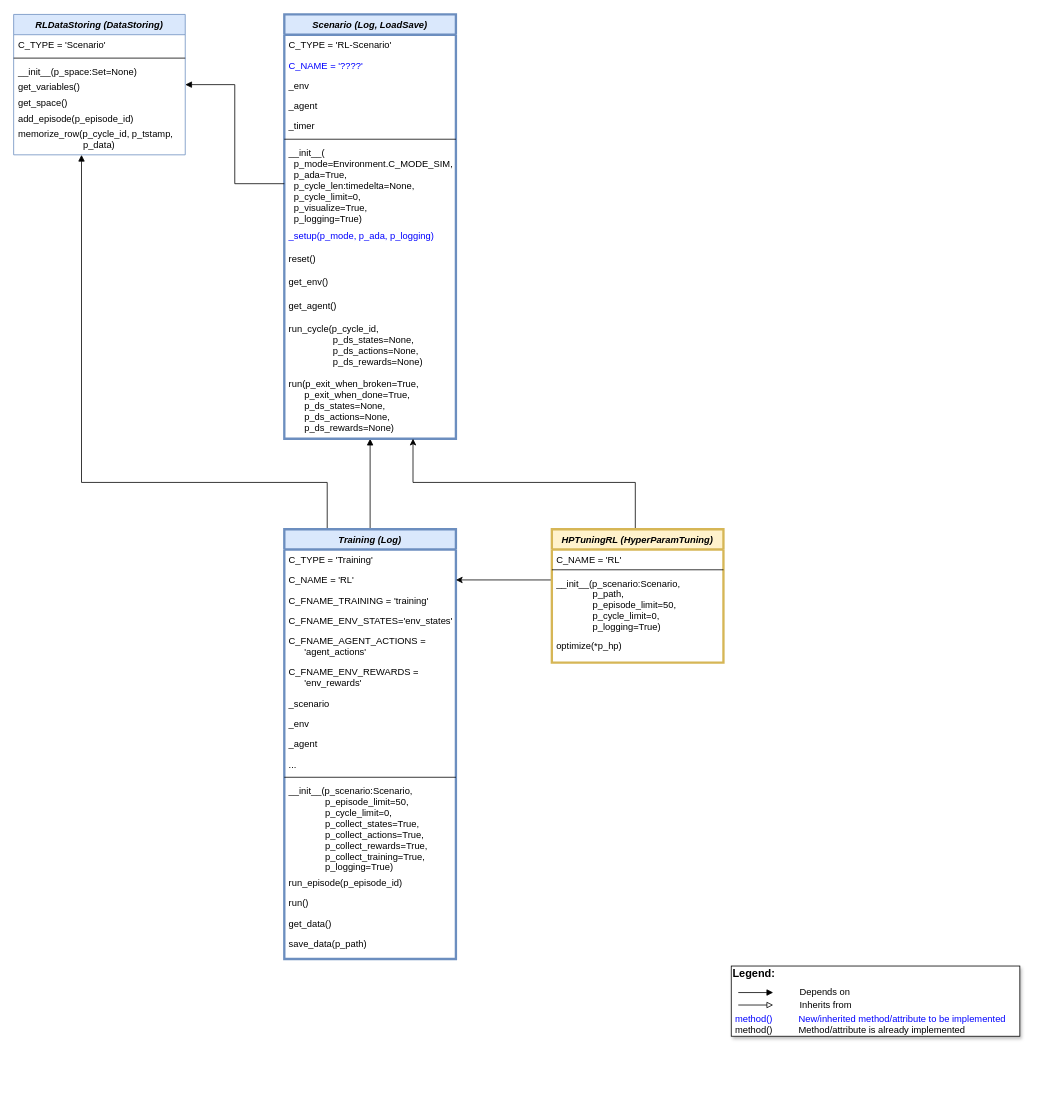
Above: doc/rl/04 run and train/MLPro-RL-Train class diagram.drawio in fhswf/MLPro (draw.io), before the change. Source tidied: cells renumbered, new cells numbered last; positions are measured from the earlier drawing's top-left corner, leaving out a move shared by most shapes. Both pictures are drawn from the tidied source at 78%, with x=0, y=0 at pixel (13, 14).
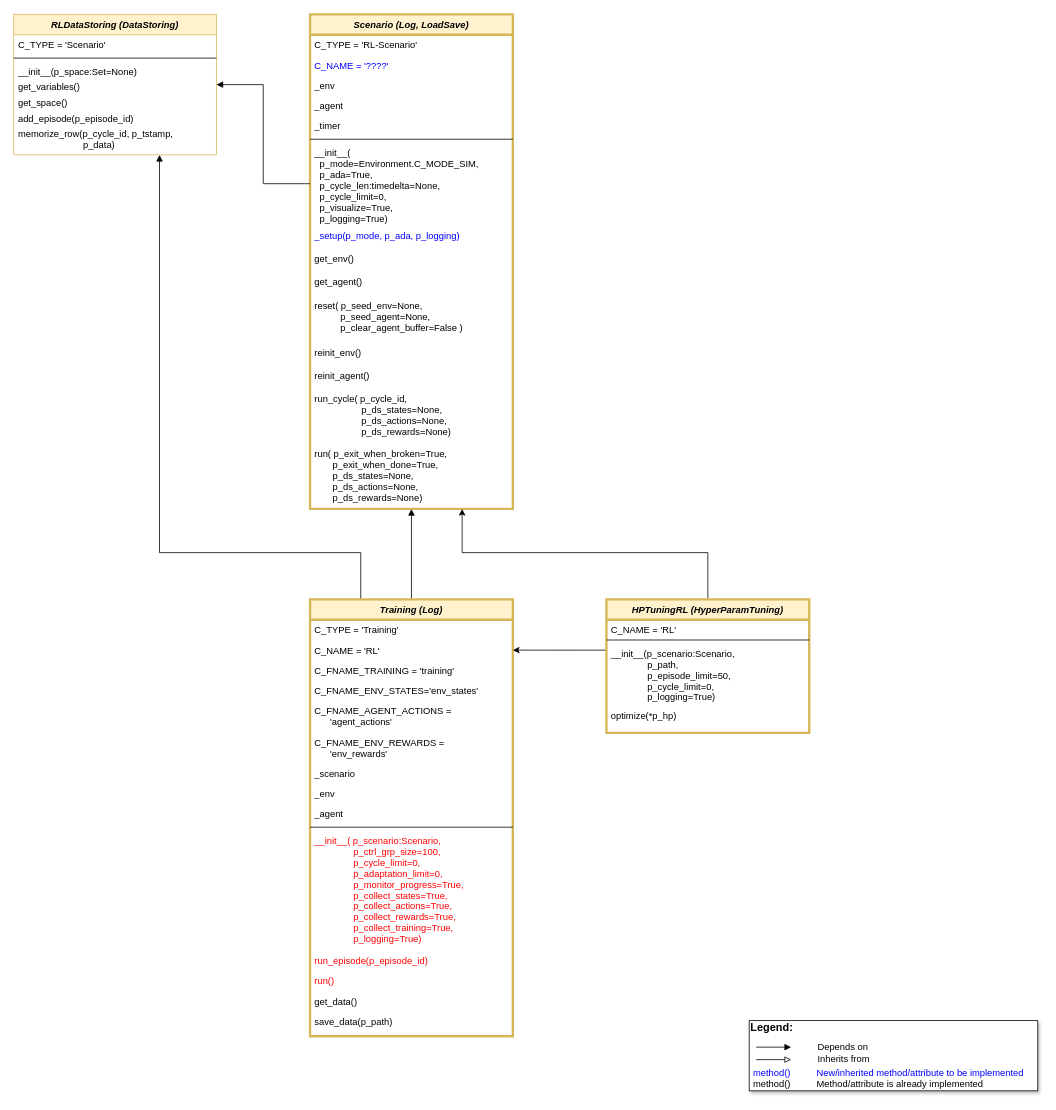
Above is the later version.

The edit, as a diff of the source:
```diff
@@
     <mxCell id="3" style="edgeStyle=orthogonalEdgeStyle;rounded=0;jettySize=auto;html=1;endArrow=block;endFill=1;exitX=0.25;exitY=0;exitDx=0;exitDy=0;" parent="1" edge="1" source="4" target="39">
       <mxGeometry relative="1" as="geometry">
         <Array as="points">
-          <mxPoint x="402" y="600" />
-          <mxPoint x="87" y="600" />
+          <mxPoint x="445" y="690" />
+          <mxPoint x="187" y="690" />
         </Array>
       </mxGeometry>
     </mxCell>
-    <mxCell id="4" value="Training (Log)" style="swimlane;fontStyle=3;align=center;verticalAlign=top;horizontal=1;startSize=26;rounded=0;shadow=0;strokeWidth=3;fillColor=#dae8fc;strokeColor=#6c8ebf;" parent="1" vertex="1">
-      <mxGeometry x="347" y="660" width="220" height="551" as="geometry" />
+    <mxCell id="4" value="Training (Log)" style="swimlane;fontStyle=3;align=center;verticalAlign=top;horizontal=1;startSize=26;rounded=0;shadow=0;strokeWidth=3;fillColor=#fff2cc;strokeColor=#d6b656;" parent="1" vertex="1">
+      <mxGeometry x="380" y="750" width="260" height="560" as="geometry" />
     </mxCell>
     <mxCell id="5" value="C_TYPE = 'Training'" style="text;align=left;verticalAlign=top;spacingLeft=4;spacingRight=4;overflow=hidden;" parent="4" vertex="1">
-      <mxGeometry y="26" width="220" height="26" as="geometry" />
+      <mxGeometry y="26" width="260" height="26" as="geometry" />
     </mxCell>
     <mxCell id="6" value="C_NAME = 'RL'" style="text;align=left;verticalAlign=top;spacingLeft=4;spacingRight=4;overflow=hidden;points=[[0,0.5],[1,0.5]];portConstraint=eastwest;" parent="4" vertex="1">
-      <mxGeometry y="52" width="220" height="26" as="geometry" />
+      <mxGeometry y="52" width="260" height="26" as="geometry" />
     </mxCell>
     <mxCell id="7" value="C_FNAME_TRAINING = 'training'" style="text;align=left;verticalAlign=top;spacingLeft=4;spacingRight=4;overflow=hidden;" parent="4" vertex="1">
-      <mxGeometry y="78" width="220" height="26" as="geometry" />
+      <mxGeometry y="78" width="260" height="26" as="geometry" />
     </mxCell>
     <mxCell id="8" value="C_FNAME_ENV_STATES='env_states'" style="text;align=left;verticalAlign=top;spacingLeft=4;spacingRight=4;overflow=hidden;" parent="4" vertex="1">
-      <mxGeometry y="104" width="220" height="26" as="geometry" />
+      <mxGeometry y="104" width="260" height="26" as="geometry" />
     </mxCell>
     <mxCell id="9" value="C_FNAME_AGENT_ACTIONS = &#10;      'agent_actions'" style="text;align=left;verticalAlign=top;spacingLeft=4;spacingRight=4;overflow=hidden;" parent="4" vertex="1">
-      <mxGeometry y="130" width="220" height="40" as="geometry" />
+      <mxGeometry y="130" width="260" height="40" as="geometry" />
     </mxCell>
     <mxCell id="10" value="C_FNAME_ENV_REWARDS = &#10;      'env_rewards'" style="text;align=left;verticalAlign=top;spacingLeft=4;spacingRight=4;overflow=hidden;" parent="4" vertex="1">
-      <mxGeometry y="170" width="220" height="40" as="geometry" />
+      <mxGeometry y="170" width="260" height="40" as="geometry" />
     </mxCell>
     <mxCell id="11" value="_scenario" style="text;align=left;verticalAlign=top;spacingLeft=4;spacingRight=4;overflow=hidden;" parent="4" vertex="1">
-      <mxGeometry y="210" width="220" height="26" as="geometry" />
+      <mxGeometry y="210" width="260" height="26" as="geometry" />
     </mxCell>
     <mxCell id="12" value="_env" style="text;align=left;verticalAlign=top;spacingLeft=4;spacingRight=4;overflow=hidden;" parent="4" vertex="1">
-      <mxGeometry y="236" width="220" height="26" as="geometry" />
+      <mxGeometry y="236" width="260" height="26" as="geometry" />
     </mxCell>
     <mxCell id="13" value="_agent" style="text;align=left;verticalAlign=top;spacingLeft=4;spacingRight=4;overflow=hidden;" parent="4" vertex="1">
-      <mxGeometry y="262" width="220" height="26" as="geometry" />
+      <mxGeometry y="262" width="260" height="26" as="geometry" />
     </mxCell>
-    <mxCell id="14" value="..." style="text;align=left;verticalAlign=top;spacingLeft=4;spacingRight=4;overflow=hidden;" parent="4" vertex="1">
-      <mxGeometry y="288" width="220" height="26" as="geometry" />
-    </mxCell>
     <mxCell id="15" style="line;html=1;strokeWidth=1;align=left;verticalAlign=middle;spacingTop=-1;spacingLeft=3;spacingRight=3;labelPosition=right;" parent="4" vertex="1">
-      <mxGeometry y="314" width="220" height="8" as="geometry" />
+      <mxGeometry y="288" width="260" height="8" as="geometry" />
     </mxCell>
-    <mxCell id="16" value="__init__(p_scenario:Scenario, &#10;              p_episode_limit=50,&#10;              p_cycle_limit=0, &#10;              p_collect_states=True,&#10;              p_collect_actions=True,&#10;              p_collect_rewards=True,&#10;              p_collect_training=True,&#10;              p_logging=True)" style="text;align=left;verticalAlign=top;spacingLeft=4;spacingRight=4;overflow=hidden;" parent="4" vertex="1">
-      <mxGeometry y="322" width="220" height="118" as="geometry" />
+    <mxCell id="16" value="__init__( p_scenario:Scenario, &#10;               p_ctrl_grp_size=100,&#10;               p_cycle_limit=0, &#10;               p_adaptation_limit=0,&#10;               p_monitor_progress=True,&#10;               p_collect_states=True,&#10;               p_collect_actions=True,&#10;               p_collect_rewards=True,&#10;               p_collect_training=True,&#10;               p_logging=True)" style="text;align=left;verticalAlign=top;spacingLeft=4;spacingRight=4;overflow=hidden;fontColor=#FF0000;" parent="4" vertex="1">
+      <mxGeometry y="296" width="260" height="154" as="geometry" />
     </mxCell>
-    <mxCell id="17" value="run_episode(p_episode_id)" style="text;align=left;verticalAlign=top;spacingLeft=4;spacingRight=4;overflow=hidden;" parent="4" vertex="1">
-      <mxGeometry y="440" width="220" height="26" as="geometry" />
+    <mxCell id="17" value="run_episode(p_episode_id)" style="text;align=left;verticalAlign=top;spacingLeft=4;spacingRight=4;overflow=hidden;fontColor=#FF0000;" parent="4" vertex="1">
+      <mxGeometry y="450" width="260" height="26" as="geometry" />
     </mxCell>
-    <mxCell id="18" value="run()" style="text;align=left;verticalAlign=top;spacingLeft=4;spacingRight=4;overflow=hidden;" parent="4" vertex="1">
-      <mxGeometry y="466" width="220" height="26" as="geometry" />
+    <mxCell id="18" value="run()" style="text;align=left;verticalAlign=top;spacingLeft=4;spacingRight=4;overflow=hidden;fontColor=#FF0000;" parent="4" vertex="1">
+      <mxGeometry y="476" width="260" height="26" as="geometry" />
     </mxCell>
     <mxCell id="19" value="get_data()" style="text;align=left;verticalAlign=top;spacingLeft=4;spacingRight=4;overflow=hidden;" parent="4" vertex="1">
-      <mxGeometry y="492" width="220" height="26" as="geometry" />
+      <mxGeometry y="502" width="260" height="26" as="geometry" />
     </mxCell>
     <mxCell id="20" value="save_data(p_path)" style="text;align=left;verticalAlign=top;spacingLeft=4;spacingRight=4;overflow=hidden;" parent="4" vertex="1">
-      <mxGeometry y="518" width="220" height="26" as="geometry" />
+      <mxGeometry y="528" width="260" height="26" as="geometry" />
     </mxCell>
-    <mxCell id="21" value="Scenario (Log, LoadSave)" style="swimlane;fontStyle=3;align=center;verticalAlign=top;horizontal=1;startSize=26;rounded=0;shadow=0;strokeWidth=3;fillColor=#dae8fc;strokeColor=#6c8ebf;" parent="1" vertex="1">
-      <mxGeometry x="347" width="220" height="544" as="geometry" />
+    <mxCell id="21" value="Scenario (Log, LoadSave)" style="swimlane;fontStyle=3;align=center;verticalAlign=top;horizontal=1;startSize=26;rounded=0;shadow=0;strokeWidth=3;fillColor=#fff2cc;strokeColor=#d6b656;" parent="1" vertex="1">
+      <mxGeometry x="380" width="260" height="634" as="geometry" />
     </mxCell>
     <mxCell id="22" value="C_TYPE = 'RL-Scenario'" style="text;align=left;verticalAlign=top;spacingLeft=4;spacingRight=4;overflow=hidden;" parent="21" vertex="1">
-      <mxGeometry y="26" width="220" height="26" as="geometry" />
+      <mxGeometry y="26" width="260" height="26" as="geometry" />
     </mxCell>
     <mxCell id="23" value="C_NAME = '????'" style="text;align=left;verticalAlign=top;spacingLeft=4;spacingRight=4;overflow=hidden;fontColor=#0000FF;" parent="21" vertex="1">
-      <mxGeometry y="52" width="220" height="26" as="geometry" />
+      <mxGeometry y="52" width="260" height="26" as="geometry" />
     </mxCell>
     <mxCell id="24" value="_env" style="text;align=left;verticalAlign=top;spacingLeft=4;spacingRight=4;overflow=hidden;" parent="21" vertex="1">
-      <mxGeometry y="78" width="220" height="26" as="geometry" />
+      <mxGeometry y="78" width="260" height="26" as="geometry" />
     </mxCell>
     <mxCell id="25" value="_agent" style="text;align=left;verticalAlign=top;spacingLeft=4;spacingRight=4;overflow=hidden;" parent="21" vertex="1">
-      <mxGeometry y="104" width="220" height="26" as="geometry" />
+      <mxGeometry y="104" width="260" height="26" as="geometry" />
     </mxCell>
     <mxCell id="26" value="_timer" style="text;align=left;verticalAlign=top;spacingLeft=4;spacingRight=4;overflow=hidden;" parent="21" vertex="1">
-      <mxGeometry y="130" width="220" height="26" as="geometry" />
+      <mxGeometry y="130" width="260" height="26" as="geometry" />
     </mxCell>
     <mxCell id="27" style="line;html=1;strokeWidth=1;align=left;verticalAlign=middle;spacingTop=-1;spacingLeft=3;spacingRight=3;labelPosition=right;" parent="21" vertex="1">
-      <mxGeometry y="156" width="220" height="8" as="geometry" />
+      <mxGeometry y="156" width="260" height="8" as="geometry" />
     </mxCell>
     <mxCell id="28" value="__init__(&#10;  p_mode=Environment.C_MODE_SIM,&#10;  p_ada=True, &#10;  p_cycle_len:timedelta=None,&#10;  p_cycle_limit=0,&#10;  p_visualize=True,&#10;  p_logging=True)" style="text;align=left;verticalAlign=top;spacingLeft=4;spacingRight=4;overflow=hidden;points=[[0,0.5],[1,0.5]];portConstraint=eastwest;" parent="21" vertex="1">
-      <mxGeometry y="164" width="220" height="106" as="geometry" />
+      <mxGeometry y="164" width="260" height="106" as="geometry" />
     </mxCell>
     <mxCell id="29" value="_setup(p_mode, p_ada, p_logging)" style="text;align=left;verticalAlign=top;spacingLeft=4;spacingRight=4;overflow=hidden;fontColor=#0000FF;" parent="21" vertex="1">
-      <mxGeometry y="270" width="220" height="30" as="geometry" />
+      <mxGeometry y="270" width="260" height="30" as="geometry" />
     </mxCell>
-    <mxCell id="30" value="reset()" style="text;align=left;verticalAlign=top;spacingLeft=4;spacingRight=4;overflow=hidden;" parent="21" vertex="1">
-      <mxGeometry y="300" width="220" height="30" as="geometry" />
-    </mxCell>
     <mxCell id="31" value="get_env()" style="text;align=left;verticalAlign=top;spacingLeft=4;spacingRight=4;overflow=hidden;" parent="21" vertex="1">
-      <mxGeometry y="330" width="220" height="30" as="geometry" />
+      <mxGeometry y="300" width="260" height="30" as="geometry" />
     </mxCell>
     <mxCell id="32" value="get_agent()" style="text;align=left;verticalAlign=top;spacingLeft=4;spacingRight=4;overflow=hidden;" parent="21" vertex="1">
-      <mxGeometry y="360" width="220" height="30" as="geometry" />
+      <mxGeometry y="330" width="260" height="30" as="geometry" />
     </mxCell>
+    <mxCell id="55" value="reset( p_seed_env=None, &#10;          p_seed_agent=None,&#10;          p_clear_agent_buffer=False )" style="text;align=left;verticalAlign=top;spacingLeft=4;spacingRight=4;overflow=hidden;" parent="21" vertex="1">
+      <mxGeometry y="360" width="260" height="60" as="geometry" />
+    </mxCell>
+    <mxCell id="30" value="reinit_env()" style="text;align=left;verticalAlign=top;spacingLeft=4;spacingRight=4;overflow=hidden;" parent="21" vertex="1">
+      <mxGeometry y="420" width="260" height="30" as="geometry" />
+    </mxCell>
+    <mxCell id="56" value="reinit_agent()" style="text;align=left;verticalAlign=top;spacingLeft=4;spacingRight=4;overflow=hidden;" parent="21" vertex="1">
+      <mxGeometry y="450" width="260" height="30" as="geometry" />
+    </mxCell>
-    <mxCell id="33" value="run_cycle(p_cycle_id,&#10;                 p_ds_states=None,&#10;                 p_ds_actions=None,&#10;                 p_ds_rewards=None)" style="text;align=left;verticalAlign=top;spacingLeft=4;spacingRight=4;overflow=hidden;" parent="21" vertex="1">
-      <mxGeometry y="390" width="220" height="70" as="geometry" />
+    <mxCell id="33" value="run_cycle( p_cycle_id,&#10;                  p_ds_states=None,&#10;                  p_ds_actions=None,&#10;                  p_ds_rewards=None)" style="text;align=left;verticalAlign=top;spacingLeft=4;spacingRight=4;overflow=hidden;" parent="21" vertex="1">
+      <mxGeometry y="480" width="260" height="70" as="geometry" />
     </mxCell>
-    <mxCell id="34" value="run(p_exit_when_broken=True,&#10;      p_exit_when_done=True,&#10;      p_ds_states=None,&#10;      p_ds_actions=None,&#10;      p_ds_rewards=None)" style="text;align=left;verticalAlign=top;spacingLeft=4;spacingRight=4;overflow=hidden;" parent="21" vertex="1">
-      <mxGeometry y="460" width="220" height="84" as="geometry" />
+    <mxCell id="34" value="run( p_exit_when_broken=True,&#10;       p_exit_when_done=True,&#10;       p_ds_states=None,&#10;       p_ds_actions=None,&#10;       p_ds_rewards=None)" style="text;align=left;verticalAlign=top;spacingLeft=4;spacingRight=4;overflow=hidden;" parent="21" vertex="1">
+      <mxGeometry y="550" width="260" height="84" as="geometry" />
     </mxCell>
     <mxCell id="35" style="group;" parent="1" vertex="1">
-      <mxGeometry x="920" y="1220" width="370" height="90" as="geometry" />
+      <mxGeometry x="943" y="1290" width="370" height="90" as="geometry" />
     </mxCell>
@@
-    <mxCell id="39" value="RLDataStoring (DataStoring)" style="swimlane;fontStyle=3;align=center;verticalAlign=top;horizontal=1;startSize=26;rounded=0;shadow=0;strokeWidth=1;fillColor=#dae8fc;strokeColor=#6c8ebf;" parent="1" vertex="1">
-      <mxGeometry width="220" height="180" as="geometry" />
+    <mxCell id="39" value="RLDataStoring (DataStoring)" style="swimlane;fontStyle=3;align=center;verticalAlign=top;horizontal=1;startSize=26;rounded=0;shadow=0;strokeWidth=1;fillColor=#fff2cc;strokeColor=#d6b656;" parent="1" vertex="1">
+      <mxGeometry width="260" height="180" as="geometry" />
     </mxCell>
     <mxCell id="40" value="C_TYPE = 'Scenario'" style="text;align=left;verticalAlign=top;spacingLeft=4;spacingRight=4;overflow=hidden;" parent="39" vertex="1">
-      <mxGeometry y="26" width="220" height="26" as="geometry" />
+      <mxGeometry y="26" width="260" height="26" as="geometry" />
     </mxCell>
     <mxCell id="41" style="line;html=1;strokeWidth=1;align=left;verticalAlign=middle;spacingTop=-1;spacingLeft=3;spacingRight=3;labelPosition=right;" parent="39" vertex="1">
-      <mxGeometry y="52" width="220" height="8" as="geometry" />
+      <mxGeometry y="52" width="260" height="8" as="geometry" />
     </mxCell>
     <mxCell id="42" value="__init__(p_space:Set=None)" style="text;align=left;verticalAlign=top;spacingLeft=4;spacingRight=4;overflow=hidden;" parent="39" vertex="1">
-      <mxGeometry y="60" width="220" height="20" as="geometry" />
+      <mxGeometry y="60" width="260" height="20" as="geometry" />
     </mxCell>
     <mxCell id="43" value="get_variables()" style="text;align=left;verticalAlign=top;spacingLeft=4;spacingRight=4;overflow=hidden;points=[[0,0.5],[1,0.5]];portConstraint=eastwest;" parent="39" vertex="1">
-      <mxGeometry y="80" width="220" height="20" as="geometry" />
+      <mxGeometry y="80" width="260" height="20" as="geometry" />
     </mxCell>
     <mxCell id="44" value="get_space()" style="text;align=left;verticalAlign=top;spacingLeft=4;spacingRight=4;overflow=hidden;" parent="39" vertex="1">
-      <mxGeometry y="100" width="220" height="20" as="geometry" />
+      <mxGeometry y="100" width="260" height="20" as="geometry" />
     </mxCell>
     <mxCell id="45" value="add_episode(p_episode_id)" style="text;align=left;verticalAlign=top;spacingLeft=4;spacingRight=4;overflow=hidden;" parent="39" vertex="1">
-      <mxGeometry y="120" width="220" height="20" as="geometry" />
+      <mxGeometry y="120" width="260" height="20" as="geometry" />
     </mxCell>
     <mxCell id="46" value="memorize_row(p_cycle_id, p_tstamp,&#10;                         p_data)" style="text;align=left;verticalAlign=top;spacingLeft=4;spacingRight=4;overflow=hidden;" parent="39" vertex="1">
-      <mxGeometry y="140" width="220" height="40" as="geometry" />
+      <mxGeometry y="140" width="260" height="40" as="geometry" />
     </mxCell>
@@
     <mxCell id="49" style="edgeStyle=orthogonalEdgeStyle;rounded=0;jettySize=auto;html=1;entryX=0.75;entryY=1;entryDx=0;entryDy=0;exitX=0.5;exitY=0;exitDx=0;exitDy=0;" parent="1" edge="1" source="50" target="21">
       <mxGeometry relative="1" as="geometry">
         <Array as="points">
-          <mxPoint x="797" y="660" />
-          <mxPoint x="797" y="600" />
-          <mxPoint x="512" y="600" />
+          <mxPoint x="890" y="690" />
+          <mxPoint x="575" y="690" />
         </Array>
       </mxGeometry>
     </mxCell>
     <mxCell id="50" value="HPTuningRL (HyperParamTuning)" style="swimlane;fontStyle=3;align=center;verticalAlign=top;horizontal=1;startSize=26;rounded=0;shadow=0;strokeWidth=3;fillColor=#fff2cc;strokeColor=#d6b656;" parent="1" vertex="1">
-      <mxGeometry x="690" y="660" width="220" height="171" as="geometry" />
+      <mxGeometry x="760" y="750" width="260" height="171" as="geometry" />
     </mxCell>
     <mxCell id="51" value="C_NAME = 'RL'" style="text;align=left;verticalAlign=top;spacingLeft=4;spacingRight=4;overflow=hidden;" parent="50" vertex="1">
-      <mxGeometry y="26" width="220" height="22" as="geometry" />
+      <mxGeometry y="26" width="260" height="22" as="geometry" />
     </mxCell>
     <mxCell id="52" style="line;html=1;strokeWidth=1;align=left;verticalAlign=middle;spacingTop=-1;spacingLeft=3;spacingRight=3;labelPosition=right;" parent="50" vertex="1">
-      <mxGeometry y="48" width="220" height="8" as="geometry" />
+      <mxGeometry y="48" width="260" height="8" as="geometry" />
     </mxCell>
     <mxCell id="53" value="__init__(p_scenario:Scenario, &#10;              p_path,&#10;              p_episode_limit=50,&#10;              p_cycle_limit=0, &#10;              p_logging=True)" style="text;align=left;verticalAlign=top;spacingLeft=4;spacingRight=4;overflow=hidden;points=[[0,0.5],[1,0.5]];portConstraint=eastwest;" parent="50" vertex="1">
-      <mxGeometry y="56" width="220" height="80" as="geometry" />
+      <mxGeometry y="56" width="260" height="80" as="geometry" />
     </mxCell>
     <mxCell id="54" value="optimize(*p_hp)" style="text;align=left;verticalAlign=top;spacingLeft=4;spacingRight=4;overflow=hidden;" parent="50" vertex="1">
-      <mxGeometry y="136" width="220" height="26" as="geometry" />
+      <mxGeometry y="136" width="260" height="26" as="geometry" />
     </mxCell>
```
